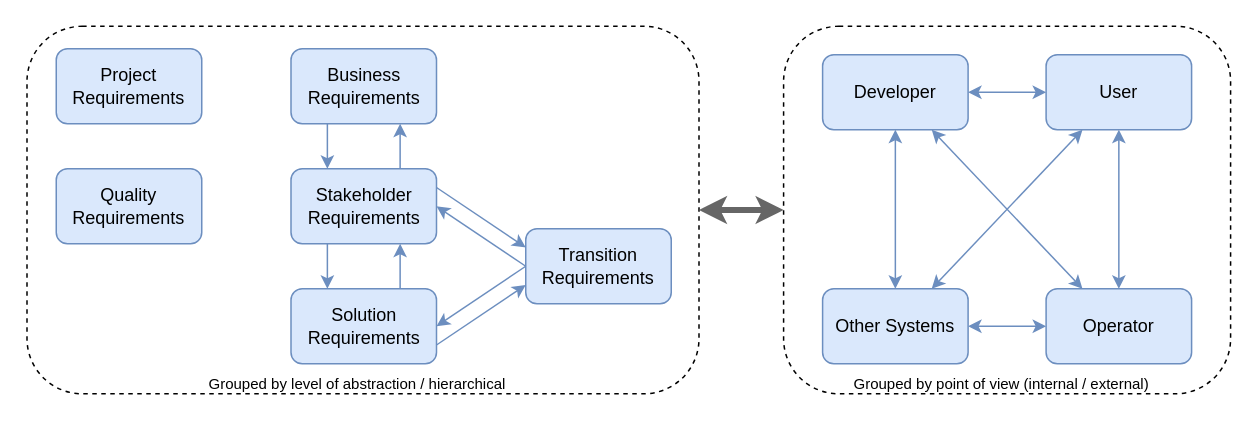
Earlier version of the draw.io diagram page "Grouping" (2 of 4) of iot-usecase/requirements/Requirements.drawio (sebastian-kanz/thesis). Source tidied: cells renumbered, new cells numbered last; positions are measured from the earlier drawing's top-left corner, leaving out a move shared by most shapes. Both pictures are drawn from the tidied source at 150%, with x=0, y=0 at pixel (27, 26).
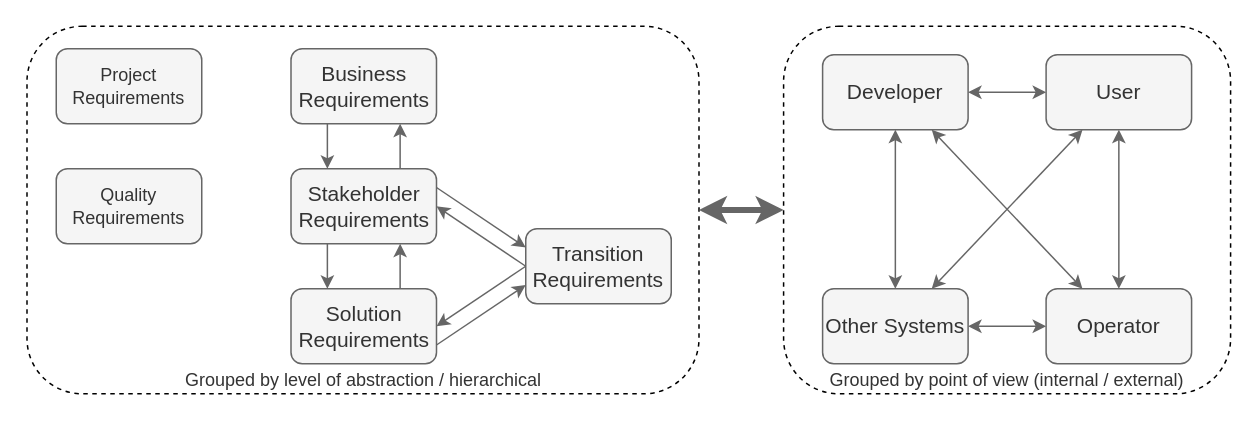
Above is the later version.

The change refers to these unchanged cells:
```xml
<mxCell id="16" style="group;" parent="1" vertex="1">
  <mxGeometry x="-0.5" width="448" height="245" as="geometry" />
</mxCell>
```

Change to the diagram source:
```diff
@@
     <mxCell id="2" style="group;" parent="1" vertex="1">
-      <mxGeometry x="503.9" width="298" height="245" as="geometry" />
+      <mxGeometry x="503.9" width="298" height="250" as="geometry" />
     </mxCell>
-    <mxCell id="3" style="group;" parent="2" vertex="1">
-      <mxGeometry width="298" height="245" as="geometry" />
+    <mxCell id="3" style="group;verticalAlign=bottom;" parent="2" vertex="1">
+      <mxGeometry width="298" height="250" as="geometry" />
     </mxCell>
-    <mxCell id="4" style="rounded=1;whiteSpace=wrap;html=1;fontSize=10;dashed=1;" parent="3" vertex="1">
+    <mxCell id="4" value="&lt;span style=&quot;color: rgb(51 , 51 , 51) ; font-size: 12px ; text-align: left&quot;&gt;Grouped by point of view (internal / external)&lt;/span&gt;" style="rounded=1;whiteSpace=wrap;html=1;fontSize=10;dashed=1;verticalAlign=bottom;" parent="3" vertex="1">
       <mxGeometry width="298" height="245" as="geometry" />
     </mxCell>
-    <mxCell id="5" value="User" style="rounded=1;whiteSpace=wrap;html=1;fillColor=#dae8fc;strokeColor=#6c8ebf;" parent="3" vertex="1">
+    <mxCell id="5" value="User" style="rounded=1;whiteSpace=wrap;html=1;fillColor=#f5f5f5;strokeColor=#666666;fontColor=#333333;fontSize=14;" parent="3" vertex="1">
       <mxGeometry x="175" y="19" width="97" height="50" as="geometry" />
     </mxCell>
-    <mxCell id="6" value="Developer" style="rounded=1;whiteSpace=wrap;html=1;fillColor=#dae8fc;strokeColor=#6c8ebf;" parent="3" vertex="1">
+    <mxCell id="6" value="Developer" style="rounded=1;whiteSpace=wrap;html=1;fillColor=#f5f5f5;strokeColor=#666666;fontColor=#333333;fontSize=14;" parent="3" vertex="1">
       <mxGeometry x="26" y="19" width="97" height="50" as="geometry" />
     </mxCell>
-    <mxCell id="7" style="edgeStyle=none;rounded=0;jettySize=auto;html=1;strokeColor=#6c8ebf;fillColor=#dae8fc;fontSize=10;startArrow=classic;startFill=1;" parent="3" edge="1" source="5" target="6">
+    <mxCell id="7" style="edgeStyle=none;rounded=0;jettySize=auto;html=1;strokeColor=#666666;fillColor=#f5f5f5;fontSize=10;startArrow=classic;startFill=1;" parent="3" edge="1" source="5" target="6">
       <mxGeometry relative="1" as="geometry" />
     </mxCell>
-    <mxCell id="8" style="edgeStyle=orthogonalEdgeStyle;rounded=0;jettySize=auto;html=1;strokeColor=#6c8ebf;fillColor=#dae8fc;fontSize=10;entryX=0.5;entryY=1;entryDx=0;entryDy=0;exitX=0.5;exitY=0;exitDx=0;exitDy=0;startArrow=classic;startFill=1;" parent="3" edge="1" source="10" target="6">
+    <mxCell id="8" style="edgeStyle=orthogonalEdgeStyle;rounded=0;jettySize=auto;html=1;strokeColor=#666666;fillColor=#f5f5f5;fontSize=10;entryX=0.5;entryY=1;entryDx=0;entryDy=0;exitX=0.5;exitY=0;exitDx=0;exitDy=0;startArrow=classic;startFill=1;" parent="3" edge="1" source="10" target="6">
       <mxGeometry relative="1" as="geometry" />
     </mxCell>
-    <mxCell id="9" style="edgeStyle=none;rounded=0;jettySize=auto;html=1;entryX=0.25;entryY=1;entryDx=0;entryDy=0;strokeColor=#6c8ebf;fillColor=#dae8fc;fontSize=10;exitX=0.75;exitY=0;exitDx=0;exitDy=0;startArrow=classic;startFill=1;" parent="3" edge="1" source="10" target="5">
+    <mxCell id="9" style="edgeStyle=none;rounded=0;jettySize=auto;html=1;entryX=0.25;entryY=1;entryDx=0;entryDy=0;strokeColor=#666666;fillColor=#f5f5f5;fontSize=10;exitX=0.75;exitY=0;exitDx=0;exitDy=0;startArrow=classic;startFill=1;" parent="3" edge="1" source="10" target="5">
       <mxGeometry relative="1" as="geometry" />
     </mxCell>
-    <mxCell id="10" value="Other Systems" style="rounded=1;whiteSpace=wrap;html=1;fillColor=#dae8fc;strokeColor=#6c8ebf;" parent="3" vertex="1">
+    <mxCell id="10" value="Other Systems" style="rounded=1;whiteSpace=wrap;html=1;fillColor=#f5f5f5;strokeColor=#666666;fontColor=#333333;fontSize=14;" parent="3" vertex="1">
       <mxGeometry x="26" y="175" width="97" height="50" as="geometry" />
     </mxCell>
-    <mxCell id="11" style="edgeStyle=none;rounded=0;jettySize=auto;html=1;entryX=0.75;entryY=1;entryDx=0;entryDy=0;strokeColor=#6c8ebf;fillColor=#dae8fc;fontSize=10;exitX=0.25;exitY=0;exitDx=0;exitDy=0;startArrow=classic;startFill=1;" parent="3" edge="1" source="13" target="6">
+    <mxCell id="11" style="edgeStyle=none;rounded=0;jettySize=auto;html=1;entryX=0.75;entryY=1;entryDx=0;entryDy=0;strokeColor=#666666;fillColor=#f5f5f5;fontSize=10;exitX=0.25;exitY=0;exitDx=0;exitDy=0;startArrow=classic;startFill=1;" parent="3" edge="1" source="13" target="6">
       <mxGeometry relative="1" as="geometry" />
     </mxCell>
-    <mxCell id="12" style="edgeStyle=none;rounded=0;jettySize=auto;html=1;entryX=1;entryY=0.5;entryDx=0;entryDy=0;strokeColor=#6c8ebf;fillColor=#dae8fc;fontSize=10;startArrow=classic;startFill=1;" parent="3" edge="1" source="13" target="10">
+    <mxCell id="12" style="edgeStyle=none;rounded=0;jettySize=auto;html=1;entryX=1;entryY=0.5;entryDx=0;entryDy=0;strokeColor=#666666;fillColor=#f5f5f5;fontSize=10;startArrow=classic;startFill=1;" parent="3" edge="1" source="13" target="10">
       <mxGeometry relative="1" as="geometry" />
     </mxCell>
-    <mxCell id="13" value="Operator" style="rounded=1;whiteSpace=wrap;html=1;fillColor=#dae8fc;strokeColor=#6c8ebf;" parent="3" vertex="1">
+    <mxCell id="13" value="Operator" style="rounded=1;whiteSpace=wrap;html=1;fillColor=#f5f5f5;strokeColor=#666666;fontColor=#333333;fontSize=14;" parent="3" vertex="1">
       <mxGeometry x="175" y="175" width="97" height="50" as="geometry" />
     </mxCell>
-    <mxCell id="14" style="edgeStyle=none;rounded=0;jettySize=auto;html=1;entryX=0.5;entryY=0;entryDx=0;entryDy=0;strokeColor=#6c8ebf;fillColor=#dae8fc;fontSize=10;exitX=0.5;exitY=1;exitDx=0;exitDy=0;startArrow=classic;startFill=1;" parent="3" edge="1" source="5" target="13">
+    <mxCell id="14" style="edgeStyle=none;rounded=0;jettySize=auto;html=1;entryX=0.5;entryY=0;entryDx=0;entryDy=0;strokeColor=#666666;fillColor=#f5f5f5;fontSize=10;exitX=0.5;exitY=1;exitDx=0;exitDy=0;startArrow=classic;startFill=1;" parent="3" edge="1" source="5" target="13">
       <mxGeometry relative="1" as="geometry" />
     </mxCell>
-    <mxCell id="15" value="Grouped by point of view (internal / external)" style="text;html=1;align=left;verticalAlign=top;spacingTop=-4;fontSize=10;" parent="3" vertex="1">
-      <mxGeometry x="44.6" y="230" width="210" height="10" as="geometry" />
-    </mxCell>
@@
-    <mxCell id="17" style="group;" parent="16" vertex="1">
+    <mxCell id="17" style="group;verticalAlign=bottom;" parent="16" vertex="1">
       <mxGeometry width="448" height="245" as="geometry" />
     </mxCell>
-    <mxCell id="18" style="rounded=1;whiteSpace=wrap;html=1;fontSize=10;dashed=1;" parent="17" vertex="1">
+    <mxCell id="18" value="&lt;span style=&quot;color: rgb(51, 51, 51); text-align: left; font-size: 12px;&quot;&gt;Grouped by level of abstraction / hierarchical&lt;/span&gt;" style="rounded=1;whiteSpace=wrap;html=1;fontSize=12;dashed=1;verticalAlign=bottom;" parent="17" vertex="1">
       <mxGeometry width="448" height="245" as="geometry" />
     </mxCell>
-    <mxCell id="19" value="Business Requirements" style="rounded=1;whiteSpace=wrap;html=1;fillColor=#dae8fc;strokeColor=#6c8ebf;" parent="17" vertex="1">
+    <mxCell id="19" value="Business Requirements" style="rounded=1;whiteSpace=wrap;html=1;fillColor=#f5f5f5;strokeColor=#666666;fontColor=#333333;fontSize=14;fontStyle=0;" parent="17" vertex="1">
       <mxGeometry x="176" y="15" width="97" height="50" as="geometry" />
     </mxCell>
-    <mxCell id="20" style="edgeStyle=orthogonalEdgeStyle;rounded=0;jettySize=auto;html=1;entryX=0.75;entryY=1;entryDx=0;entryDy=0;strokeColor=#6c8ebf;fillColor=#dae8fc;fontSize=10;exitX=0.75;exitY=0;exitDx=0;exitDy=0;" parent="17" edge="1" source="21" target="19">
+    <mxCell id="20" style="edgeStyle=orthogonalEdgeStyle;rounded=0;jettySize=auto;html=1;entryX=0.75;entryY=1;entryDx=0;entryDy=0;strokeColor=#666666;fillColor=#f5f5f5;fontSize=10;exitX=0.75;exitY=0;exitDx=0;exitDy=0;" parent="17" edge="1" source="21" target="19">
       <mxGeometry relative="1" as="geometry" />
     </mxCell>
-    <mxCell id="21" value="Stakeholder Requirements" style="rounded=1;whiteSpace=wrap;html=1;fillColor=#dae8fc;strokeColor=#6c8ebf;" parent="17" vertex="1">
+    <mxCell id="21" value="Stakeholder Requirements" style="rounded=1;whiteSpace=wrap;html=1;fillColor=#f5f5f5;strokeColor=#666666;fontColor=#333333;fontSize=14;fontStyle=0;" parent="17" vertex="1">
       <mxGeometry x="176" y="95" width="97" height="50" as="geometry" />
     </mxCell>
-    <mxCell id="22" style="edgeStyle=orthogonalEdgeStyle;rounded=0;jettySize=auto;html=1;strokeColor=#6c8ebf;fillColor=#dae8fc;fontSize=10;entryX=0.25;entryY=0;entryDx=0;entryDy=0;exitX=0.25;exitY=1;exitDx=0;exitDy=0;" parent="17" edge="1" source="19" target="21">
+    <mxCell id="22" style="edgeStyle=orthogonalEdgeStyle;rounded=0;jettySize=auto;html=1;strokeColor=#666666;fillColor=#f5f5f5;fontSize=10;entryX=0.25;entryY=0;entryDx=0;entryDy=0;exitX=0.25;exitY=1;exitDx=0;exitDy=0;" parent="17" edge="1" source="19" target="21">
       <mxGeometry relative="1" as="geometry" />
     </mxCell>
-    <mxCell id="23" style="edgeStyle=orthogonalEdgeStyle;rounded=0;jettySize=auto;html=1;strokeColor=#6c8ebf;fillColor=#dae8fc;fontSize=10;entryX=0.75;entryY=1;entryDx=0;entryDy=0;exitX=0.75;exitY=0;exitDx=0;exitDy=0;" parent="17" edge="1" source="24" target="21">
+    <mxCell id="23" style="edgeStyle=orthogonalEdgeStyle;rounded=0;jettySize=auto;html=1;strokeColor=#666666;fillColor=#f5f5f5;fontSize=10;entryX=0.75;entryY=1;entryDx=0;entryDy=0;exitX=0.75;exitY=0;exitDx=0;exitDy=0;" parent="17" edge="1" source="24" target="21">
       <mxGeometry relative="1" as="geometry" />
     </mxCell>
-    <mxCell id="24" value="Solution Requirements" style="rounded=1;whiteSpace=wrap;html=1;fillColor=#dae8fc;strokeColor=#6c8ebf;" parent="17" vertex="1">
+    <mxCell id="24" value="Solution Requirements" style="rounded=1;whiteSpace=wrap;html=1;fillColor=#f5f5f5;strokeColor=#666666;fontColor=#333333;fontSize=14;fontStyle=0;" parent="17" vertex="1">
       <mxGeometry x="176" y="175" width="97" height="50" as="geometry" />
     </mxCell>
-    <mxCell id="25" style="edgeStyle=orthogonalEdgeStyle;rounded=0;jettySize=auto;html=1;entryX=0.25;entryY=0;entryDx=0;entryDy=0;strokeColor=#6c8ebf;fillColor=#dae8fc;fontSize=10;exitX=0.25;exitY=1;exitDx=0;exitDy=0;" parent="17" edge="1" source="21" target="24">
+    <mxCell id="25" style="edgeStyle=orthogonalEdgeStyle;rounded=0;jettySize=auto;html=1;entryX=0.25;entryY=0;entryDx=0;entryDy=0;strokeColor=#666666;fillColor=#f5f5f5;fontSize=10;exitX=0.25;exitY=1;exitDx=0;exitDy=0;" parent="17" edge="1" source="21" target="24">
       <mxGeometry relative="1" as="geometry" />
     </mxCell>
-    <mxCell id="26" value="Transition Requirements" style="rounded=1;whiteSpace=wrap;html=1;fillColor=#dae8fc;strokeColor=#6c8ebf;" parent="17" vertex="1">
+    <mxCell id="26" value="Transition Requirements" style="rounded=1;whiteSpace=wrap;html=1;fillColor=#f5f5f5;strokeColor=#666666;fontColor=#333333;fontSize=14;fontStyle=0;" parent="17" vertex="1">
       <mxGeometry x="332.5" y="135" width="97" height="50" as="geometry" />
     </mxCell>
-    <mxCell id="27" value="Project Requirements" style="rounded=1;whiteSpace=wrap;html=1;fillColor=#dae8fc;strokeColor=#6c8ebf;" parent="17" vertex="1">
+    <mxCell id="27" value="Project Requirements" style="rounded=1;whiteSpace=wrap;html=1;fillColor=#f5f5f5;strokeColor=#666666;fontColor=#333333;" parent="17" vertex="1">
       <mxGeometry x="19.5" y="15" width="97" height="50" as="geometry" />
     </mxCell>
-    <mxCell id="28" value="Quality Requirements" style="rounded=1;whiteSpace=wrap;html=1;fillColor=#dae8fc;strokeColor=#6c8ebf;" parent="17" vertex="1">
+    <mxCell id="28" value="Quality Requirements" style="rounded=1;whiteSpace=wrap;html=1;fillColor=#f5f5f5;strokeColor=#666666;fontColor=#333333;" parent="17" vertex="1">
       <mxGeometry x="19.5" y="95" width="97" height="50" as="geometry" />
     </mxCell>
-    <mxCell id="29" style="rounded=0;jettySize=auto;html=1;strokeColor=#6c8ebf;fillColor=#dae8fc;fontSize=10;exitX=0;exitY=0.5;exitDx=0;exitDy=0;entryX=1;entryY=0.5;entryDx=0;entryDy=0;" parent="17" edge="1" source="26" target="21">
+    <mxCell id="29" style="rounded=0;jettySize=auto;html=1;strokeColor=#666666;fillColor=#f5f5f5;fontSize=10;exitX=0;exitY=0.5;exitDx=0;exitDy=0;entryX=1;entryY=0.5;entryDx=0;entryDy=0;" parent="17" edge="1" source="26" target="21">
       <mxGeometry relative="1" as="geometry" />
     </mxCell>
-    <mxCell id="30" style="rounded=0;jettySize=auto;html=1;strokeColor=#6c8ebf;fillColor=#dae8fc;fontSize=10;exitX=0;exitY=0.5;exitDx=0;exitDy=0;entryX=1;entryY=0.5;entryDx=0;entryDy=0;" parent="17" edge="1" source="26" target="24">
+    <mxCell id="30" style="rounded=0;jettySize=auto;html=1;strokeColor=#666666;fillColor=#f5f5f5;fontSize=10;exitX=0;exitY=0.5;exitDx=0;exitDy=0;entryX=1;entryY=0.5;entryDx=0;entryDy=0;" parent="17" edge="1" source="26" target="24">
       <mxGeometry relative="1" as="geometry" />
     </mxCell>
-    <mxCell id="31" style="rounded=0;jettySize=auto;html=1;strokeColor=#6c8ebf;fillColor=#dae8fc;fontSize=10;exitX=1;exitY=0.25;exitDx=0;exitDy=0;entryX=0;entryY=0.25;entryDx=0;entryDy=0;" parent="17" edge="1" source="21" target="26">
+    <mxCell id="31" style="rounded=0;jettySize=auto;html=1;strokeColor=#666666;fillColor=#f5f5f5;fontSize=10;exitX=1;exitY=0.25;exitDx=0;exitDy=0;entryX=0;entryY=0.25;entryDx=0;entryDy=0;" parent="17" edge="1" source="21" target="26">
       <mxGeometry relative="1" as="geometry" />
     </mxCell>
-    <mxCell id="32" style="rounded=0;jettySize=auto;html=1;strokeColor=#6c8ebf;fillColor=#dae8fc;fontSize=10;exitX=1;exitY=0.75;exitDx=0;exitDy=0;entryX=0;entryY=0.75;entryDx=0;entryDy=0;" parent="17" edge="1" source="24" target="26">
+    <mxCell id="32" style="rounded=0;jettySize=auto;html=1;strokeColor=#666666;fillColor=#f5f5f5;fontSize=10;exitX=1;exitY=0.75;exitDx=0;exitDy=0;entryX=0;entryY=0.75;entryDx=0;entryDy=0;" parent="17" edge="1" source="24" target="26">
       <mxGeometry relative="1" as="geometry" />
     </mxCell>
-    <mxCell id="33" value="Grouped by level of abstraction / hierarchical" style="text;html=1;align=left;verticalAlign=top;spacingTop=-4;fontSize=10;" parent="17" vertex="1">
-      <mxGeometry x="119.5" y="230" width="210" height="10" as="geometry" />
-    </mxCell>
```
